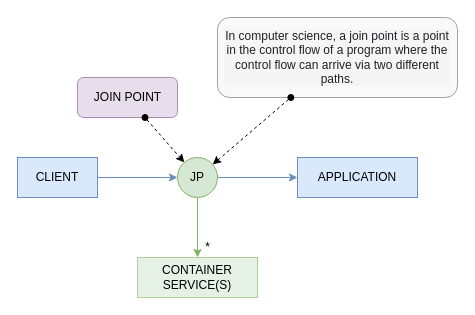
The draw.io diagram page "Join Point" (3 of 13) of docs/container.drawio in js-lib-com/tiny-container, before the edit. Source tidied: cells renumbered, new cells numbered last; positions are measured from the earlier drawing's top-left corner, leaving out a move shared by most shapes. Both pictures are drawn from the tidied source at 100%, with x=0, y=0 at pixel (17, 17).
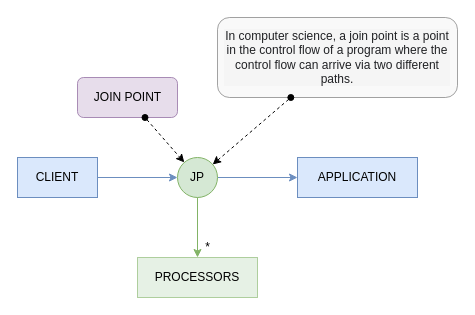
After the change.

What changed in the source:
```diff
@@
 <mxGraphModel>
   <root>
     <mxCell id="0" />
     <mxCell id="1" parent="0" />
     <mxCell id="2" value="APPLICATION" style="rounded=0;whiteSpace=wrap;html=1;fillColor=#dae8fc;strokeColor=#6c8ebf;" parent="1" vertex="1">
       <mxGeometry x="280" y="140" width="120" height="40" as="geometry" />
     </mxCell>
     <mxCell id="3" style="edgeStyle=none;rounded=0;jettySize=auto;html=1;fontSize=12;fontColor=default;startArrow=none;startFill=0;endArrow=classic;endFill=1;startSize=6;strokeColor=#6c8ebf;strokeWidth=1;fillColor=#dae8fc;" parent="1" edge="1" source="4" target="2">
       <mxGeometry relative="1" as="geometry" />
     </mxCell>
     <mxCell id="4" value="JP" style="ellipse;whiteSpace=wrap;html=1;fillColor=#d5e8d4;strokeColor=#82b366;" parent="1" vertex="1">
       <mxGeometry x="160" y="140" width="40" height="40" as="geometry" />
     </mxCell>
     <mxCell id="5" style="edgeStyle=none;rounded=0;jettySize=auto;html=1;startArrow=none;startFill=0;endArrow=classic;endFill=1;startSize=6;fillColor=#dae8fc;strokeColor=#6c8ebf;" parent="1" edge="1" source="6" target="4">
       <mxGeometry relative="1" as="geometry" />
     </mxCell>
     <mxCell id="6" value="CLIENT" style="rounded=0;whiteSpace=wrap;html=1;fillColor=#dae8fc;strokeColor=#6c8ebf;" parent="1" vertex="1">
       <mxGeometry y="140" width="80" height="40" as="geometry" />
     </mxCell>
     <mxCell id="7" style="edgeStyle=none;rounded=0;jettySize=auto;html=1;startArrow=classic;startFill=1;endArrow=none;endFill=0;startSize=6;fillColor=#d5e8d4;strokeColor=#82b366;" parent="1" edge="1" source="8" target="4">
       <mxGeometry relative="1" as="geometry" />
     </mxCell>
-    <mxCell id="8" value="CONTAINER SERVICE(S)" style="rounded=0;whiteSpace=wrap;html=1;verticalAlign=middle;opacity=60;fillColor=#d5e8d4;strokeColor=#82b366;" parent="1" vertex="1">
+    <mxCell id="8" value="PROCESSORS" style="rounded=0;whiteSpace=wrap;html=1;verticalAlign=middle;opacity=60;fillColor=#d5e8d4;strokeColor=#82b366;" parent="1" vertex="1">
       <mxGeometry x="120" y="240" width="120" height="40" as="geometry" />
     </mxCell>
     <mxCell id="9" value="*" style="text;html=1;align=center;verticalAlign=middle;strokeColor=none;fillColor=none;" parent="1" vertex="1">
       <mxGeometry x="180" y="220" width="20" height="20" as="geometry" />
     </mxCell>
     <mxCell id="10" value="JOIN POINT" style="text;html=1;align=center;verticalAlign=middle;points=[];strokeColor=#9673a6;fillColor=#e1d5e7;rounded=1;spacing=8;opacity=80;" parent="1" vertex="1">
       <mxGeometry x="60" y="60" width="100" height="40" as="geometry" />
     </mxCell>
     <mxCell id="11" style="endArrow=classic;dashed=1;html=1;startArrow=oval;startFill=1;endFill=1;" parent="1" edge="1" source="10" target="4">
       <mxGeometry relative="1" as="geometry" />
     </mxCell>
     <mxCell id="12" value="&lt;span style=&quot;color: rgb(32, 33, 36); font-family: arial, sans-serif; font-size: 12px; font-style: normal; letter-spacing: normal; text-indent: 0px; text-transform: none; word-spacing: 0px; display: inline; float: none;&quot;&gt;In computer science, a join point is&lt;span style=&quot;font-size: 12px;&quot;&gt;&amp;nbsp;&lt;/span&gt;&lt;/span&gt;&lt;span style=&quot;color: rgb(32, 33, 36); font-family: arial, sans-serif; font-size: 12px; font-style: normal; letter-spacing: normal; text-indent: 0px; text-transform: none; word-spacing: 0px;&quot;&gt;a point in the control flow of a program where the control flow can arrive via two different paths&lt;/span&gt;&lt;span style=&quot;color: rgb(32, 33, 36); font-family: arial, sans-serif; font-size: 12px; font-style: normal; letter-spacing: normal; text-indent: 0px; text-transform: none; word-spacing: 0px; display: inline; float: none;&quot;&gt;.&lt;/span&gt;" style="text;html=1;strokeColor=#666666;fillColor=#f5f5f5;spacing=8;spacingTop=0;whiteSpace=wrap;overflow=hidden;rounded=1;verticalAlign=middle;opacity=60;fontStyle=0;fontSize=12;align=center;fontColor=#333333;labelBackgroundColor=#F5F5F5;" parent="1" vertex="1">
       <mxGeometry x="200" width="240" height="80" as="geometry" />
     </mxCell>
     <mxCell id="13" style="edgeStyle=none;rounded=0;jettySize=auto;html=1;fontSize=12;startArrow=oval;startFill=1;endArrow=classic;endFill=1;startSize=6;dashed=1;" parent="1" edge="1" source="12" target="4">
       <mxGeometry relative="1" as="geometry" />
     </mxCell>
   </root>
 </mxGraphModel>
```
